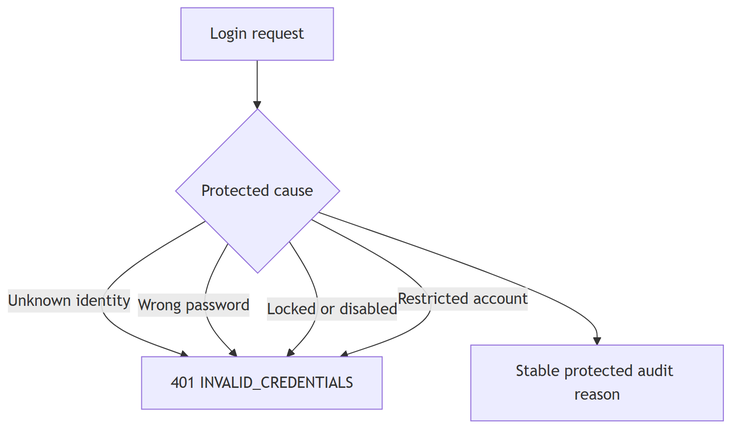
The Mermaid diagram docs/error-handling/work-items/KAN-24-module-migration/assets/login-flow.png in kundankumar7/optrabidz, before a commit. Its source is kept beside it as docs/error-handling/work-items/KAN-24-module-migration/assets/login-flow.mmd.
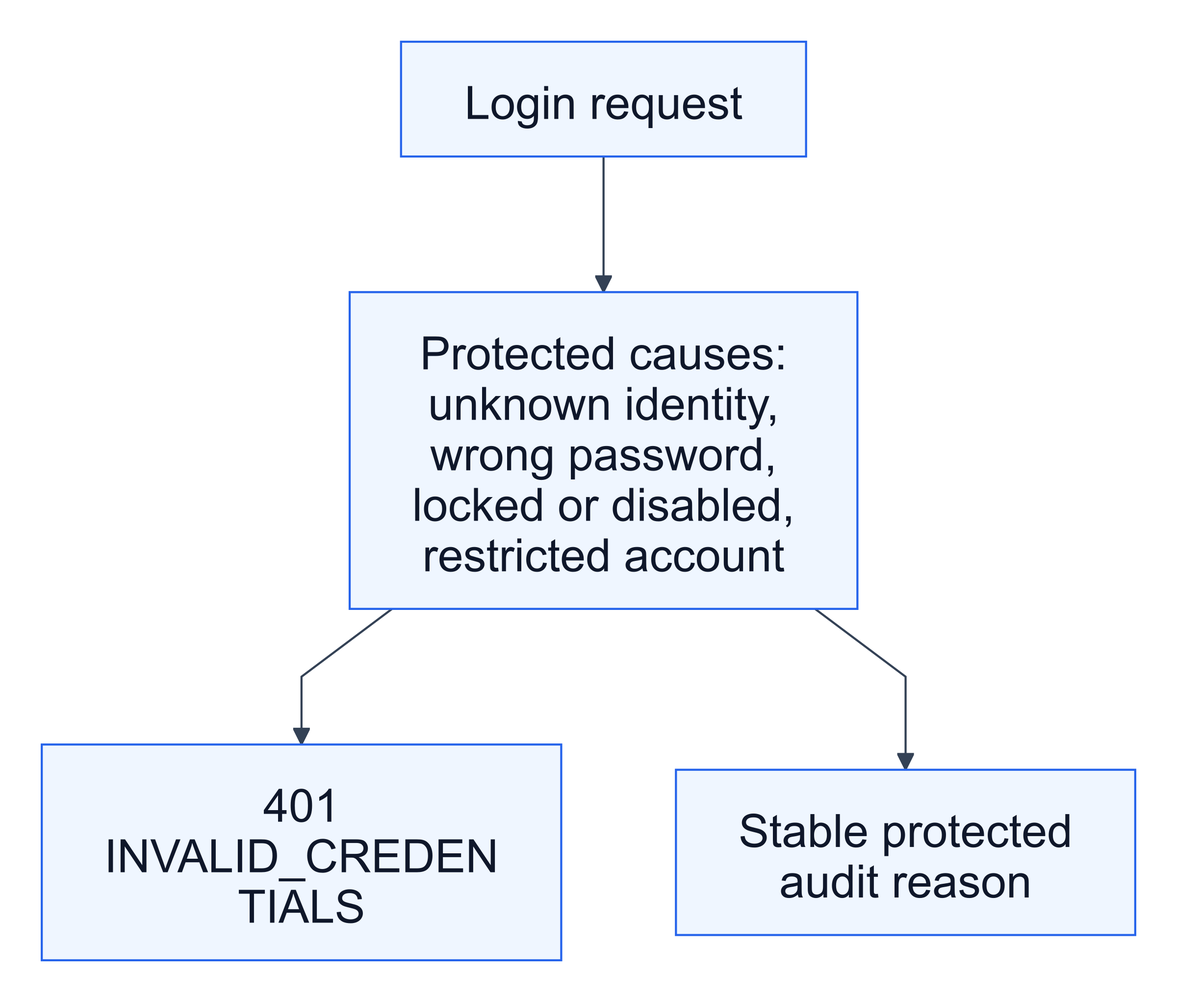
After the change.

The edit, as a diff of the source:
```diff
@@ -1,7 +1,7 @@
 flowchart TD
-    Request["Login request"] --> Cause{"Protected cause"}
-    Cause -->|"Unknown identity"| Public["401 INVALID_CREDENTIALS"]
-    Cause -->|"Wrong password"| Public
-    Cause -->|"Locked or disabled"| Public
-    Cause -->|"Restricted account"| Public
+    accTitle: Login disclosure and protected audit flow
+    accDescr: Different protected authentication causes produce one public invalid-credentials response while a stable reason remains available only to protected audit processing.
+
+    Request["Login request"] --> Cause["Protected causes: unknown identity, wrong password, locked or disabled, restricted account"]
+    Cause --> Public["401 INVALID_CREDENTIALS"]
     Cause --> Audit["Stable protected audit reason"]
```
